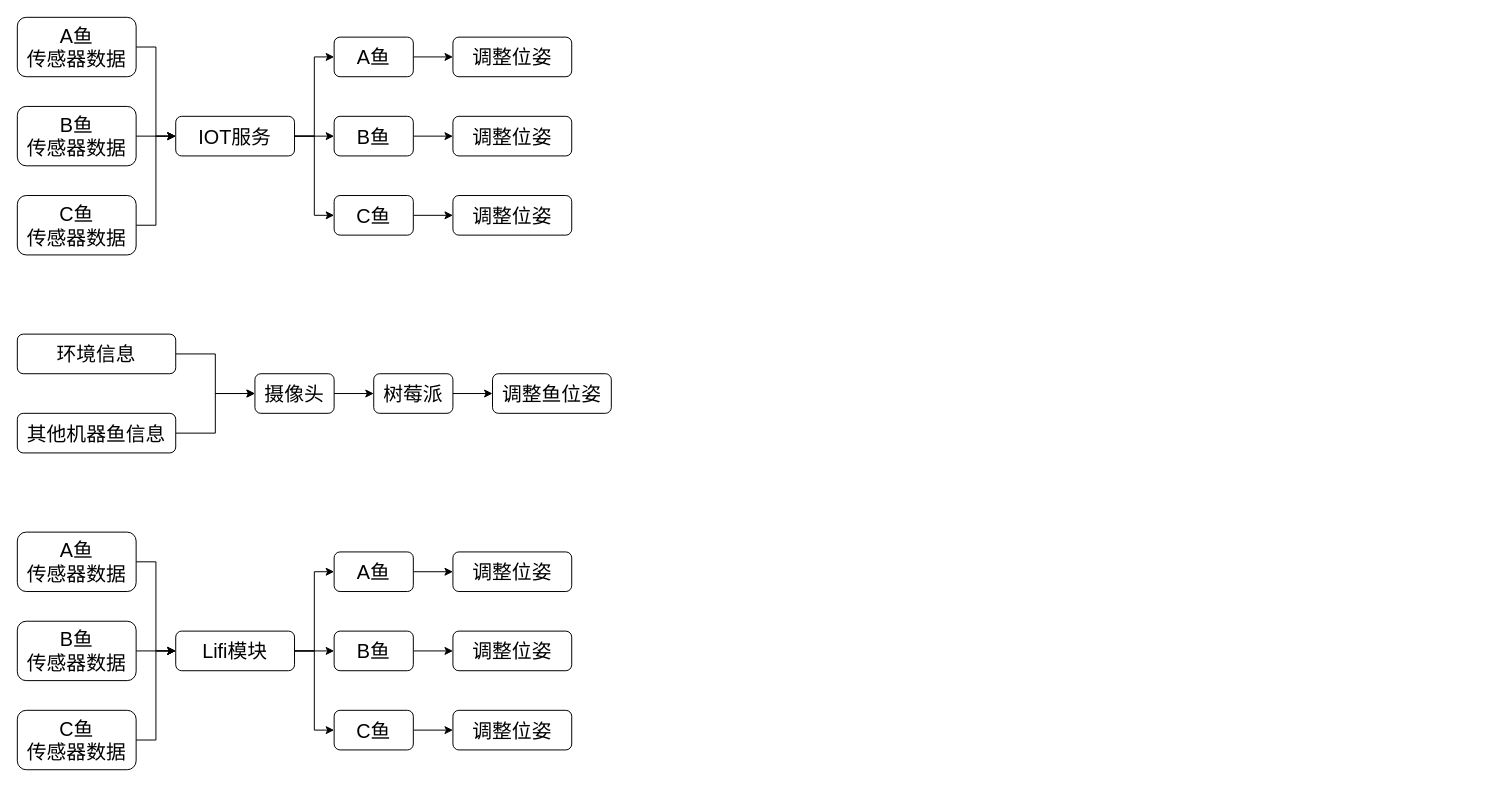
Above: page "第 4 页" (4 of 4) of 未命名绘图.drawio in LQepoch/diagrams (draw.io), before the change. Source tidied: cells renumbered, new cells numbered last; positions are measured from the earlier drawing's top-left corner, leaving out a move shared by most shapes. Both pictures are drawn from the tidied source at 99%, with x=0, y=0 at pixel (17, 17).
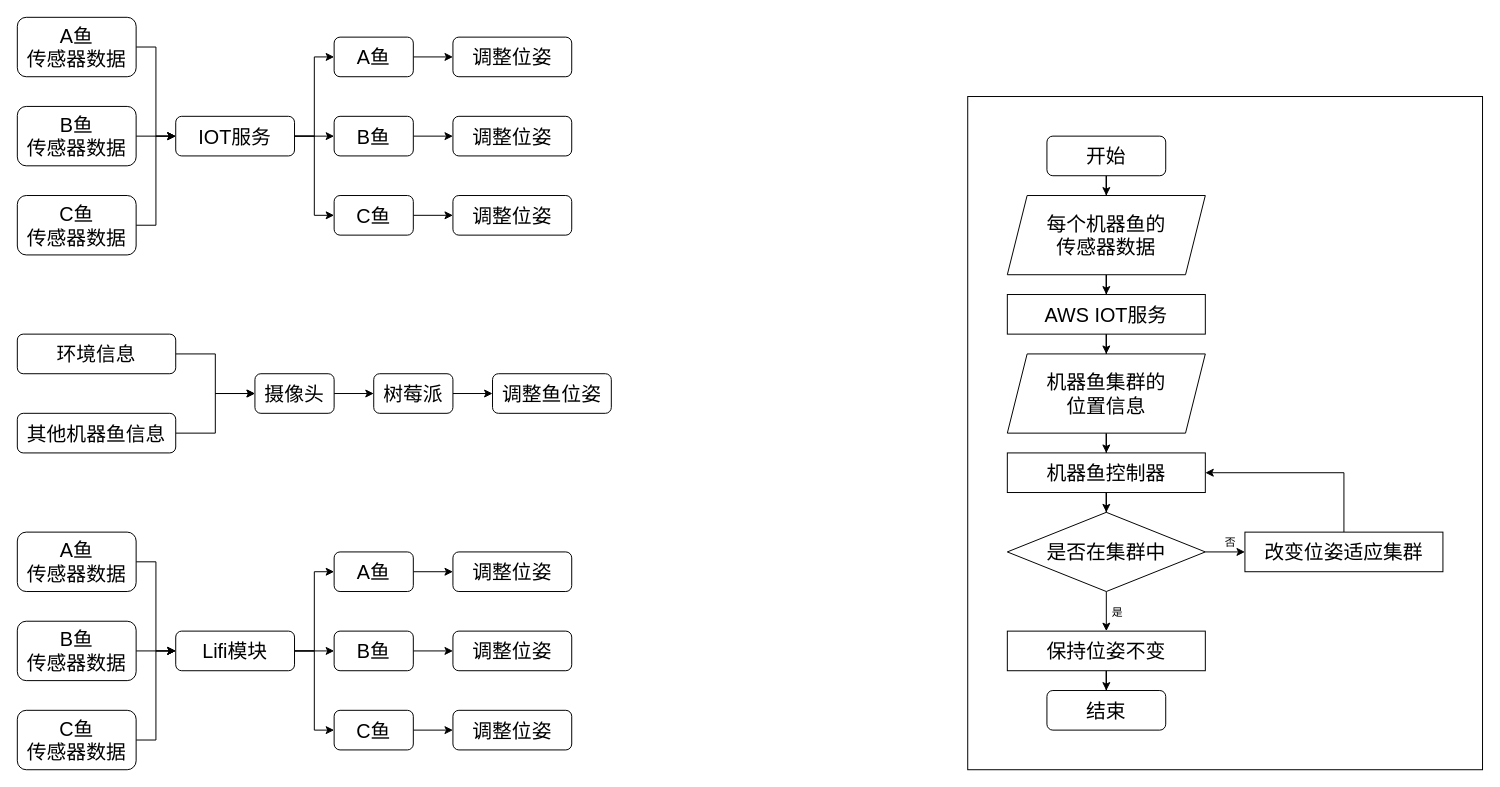
The same diagram, later.

Commit message:
更新未命名绘图.drawio

What changed in the source:
```diff
@@
+    <mxCell id="49" style="rounded=0;whiteSpace=wrap;html=1;" parent="1" vertex="1">
+      <mxGeometry x="960" y="80" width="520" height="680" as="geometry" />
+    </mxCell>
@@
+    <mxCell id="50" style="edgeStyle=orthogonalEdgeStyle;rounded=0;jettySize=auto;html=1;" parent="1" edge="1" source="51" target="62">
+      <mxGeometry relative="1" as="geometry" />
+    </mxCell>
+    <mxCell id="51" value="机器鱼集群的&lt;br&gt;位置信息" style="shape=parallelogram;perimeter=parallelogramPerimeter;whiteSpace=wrap;html=1;fixedSize=1;fontSize=20;" parent="1" vertex="1">
+      <mxGeometry x="1000" y="340" width="200" height="80" as="geometry" />
+    </mxCell>
+    <mxCell id="52" style="edgeStyle=orthogonalEdgeStyle;rounded=0;jettySize=auto;html=1;" parent="1" edge="1" source="56" target="66">
+      <mxGeometry relative="1" as="geometry" />
+    </mxCell>
+    <mxCell id="53" value="否" style="edgeLabel;html=1;align=center;verticalAlign=middle;" parent="52" vertex="1">
+      <mxGeometry x="-0.23" y="-2" relative="1" as="geometry">
+        <mxPoint x="9" y="-12" as="offset" />
+      </mxGeometry>
+    </mxCell>
+    <mxCell id="54" style="edgeStyle=orthogonalEdgeStyle;rounded=0;jettySize=auto;html=1;" parent="1" edge="1" source="56" target="68">
+      <mxGeometry relative="1" as="geometry" />
+    </mxCell>
+    <mxCell id="55" value="是" style="edgeLabel;html=1;align=center;verticalAlign=middle;" parent="54" vertex="1">
+      <mxGeometry x="-0.46" y="-3" relative="1" as="geometry">
+        <mxPoint x="13" y="9" as="offset" />
+      </mxGeometry>
+    </mxCell>
+    <mxCell id="56" value="是否在集群中" style="rhombus;whiteSpace=wrap;html=1;fontSize=20;" parent="1" vertex="1">
+      <mxGeometry x="1000" y="500" width="200" height="80" as="geometry" />
+    </mxCell>
+    <mxCell id="57" style="edgeStyle=orthogonalEdgeStyle;rounded=0;jettySize=auto;html=1;" parent="1" edge="1" source="58" target="60">
+      <mxGeometry relative="1" as="geometry" />
+    </mxCell>
+    <mxCell id="58" value="每个机器鱼的&lt;br&gt;传感器数据" style="shape=parallelogram;perimeter=parallelogramPerimeter;whiteSpace=wrap;html=1;fixedSize=1;fontSize=20;" parent="1" vertex="1">
+      <mxGeometry x="1000" y="180" width="200" height="80" as="geometry" />
+    </mxCell>
+    <mxCell id="59" style="edgeStyle=orthogonalEdgeStyle;rounded=0;jettySize=auto;html=1;" parent="1" edge="1" source="60" target="51">
+      <mxGeometry relative="1" as="geometry" />
+    </mxCell>
+    <mxCell id="60" value="AWS IOT服务" style="rounded=0;whiteSpace=wrap;html=1;fontSize=20;" parent="1" vertex="1">
+      <mxGeometry x="1000" y="280" width="200" height="40" as="geometry" />
+    </mxCell>
+    <mxCell id="61" style="edgeStyle=orthogonalEdgeStyle;rounded=0;jettySize=auto;html=1;" parent="1" edge="1" source="62" target="56">
+      <mxGeometry relative="1" as="geometry" />
+    </mxCell>
+    <mxCell id="62" value="机器鱼控制器" style="rounded=0;whiteSpace=wrap;html=1;fontSize=20;" parent="1" vertex="1">
+      <mxGeometry x="1000" y="440" width="200" height="40" as="geometry" />
+    </mxCell>
+    <mxCell id="63" style="edgeStyle=orthogonalEdgeStyle;rounded=0;jettySize=auto;html=1;" parent="1" edge="1" source="64" target="58">
+      <mxGeometry relative="1" as="geometry" />
+    </mxCell>
+    <mxCell id="64" value="开始" style="rounded=1;whiteSpace=wrap;html=1;fontSize=20;" parent="1" vertex="1">
+      <mxGeometry x="1040" y="120" width="120" height="40" as="geometry" />
+    </mxCell>
+    <mxCell id="65" style="edgeStyle=orthogonalEdgeStyle;rounded=0;jettySize=auto;html=1;entryX=1;entryY=0.5;entryDx=0;entryDy=0;" parent="1" edge="1" source="66" target="62">
+      <mxGeometry relative="1" as="geometry">
+        <Array as="points">
+          <mxPoint x="1340" y="460" />
+        </Array>
+      </mxGeometry>
+    </mxCell>
+    <mxCell id="66" value="改变位姿适应集群" style="rounded=0;whiteSpace=wrap;html=1;fontSize=20;" parent="1" vertex="1">
+      <mxGeometry x="1240" y="520" width="200" height="40" as="geometry" />
+    </mxCell>
+    <mxCell id="67" style="edgeStyle=orthogonalEdgeStyle;rounded=0;jettySize=auto;html=1;" parent="1" edge="1" source="68" target="69">
+      <mxGeometry relative="1" as="geometry" />
+    </mxCell>
+    <mxCell id="68" value="保持位姿不变" style="rounded=0;whiteSpace=wrap;html=1;fontSize=20;" parent="1" vertex="1">
+      <mxGeometry x="1000" y="620" width="200" height="40" as="geometry" />
+    </mxCell>
+    <mxCell id="69" value="结束" style="rounded=1;whiteSpace=wrap;html=1;fontSize=20;" parent="1" vertex="1">
+      <mxGeometry x="1040" y="680" width="120" height="40" as="geometry" />
+    </mxCell>
```
